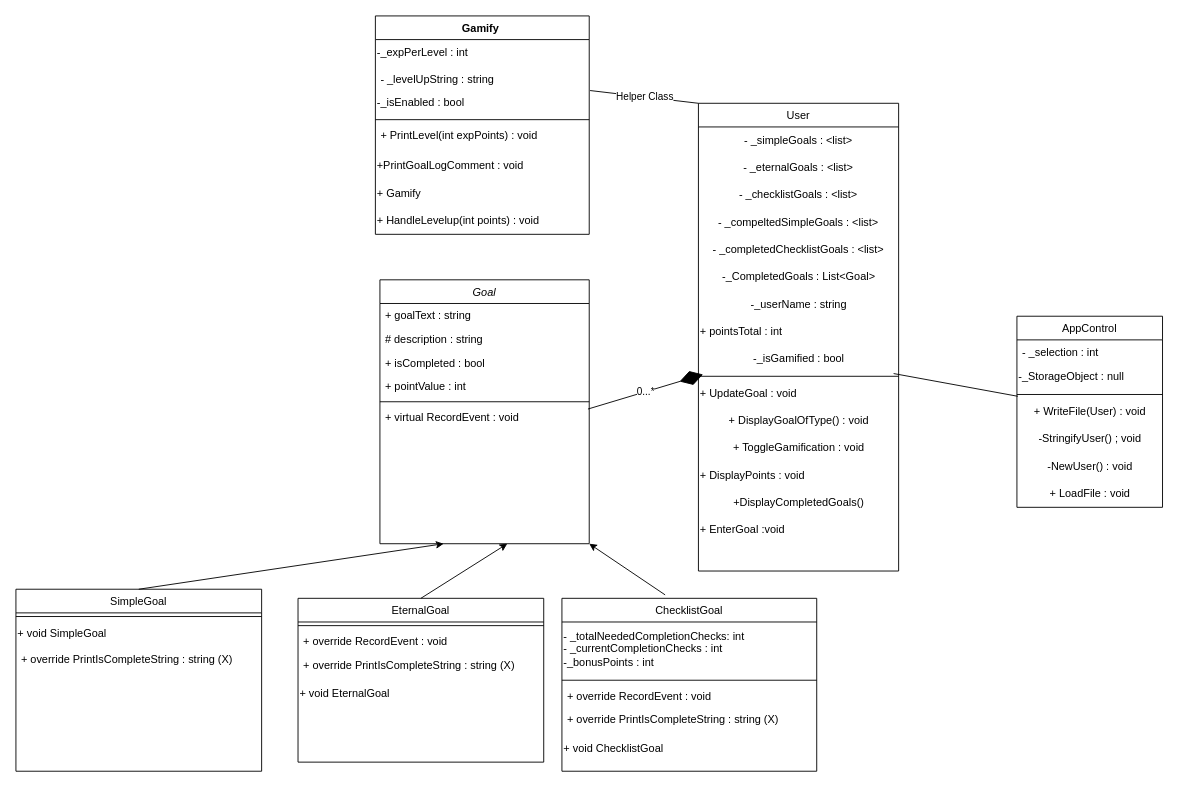
This is prove/Develop05/TomEternalQuest.drawio from ThomasAMH/cse210-projects, a draw.io file, before an edit. Source tidied: cells renumbered, new cells numbered last; positions are measured from the earlier drawing's top-left corner, leaving out a move shared by most shapes. Both pictures are drawn from the tidied source at 91%, with x=0, y=0 at pixel (15, 15).
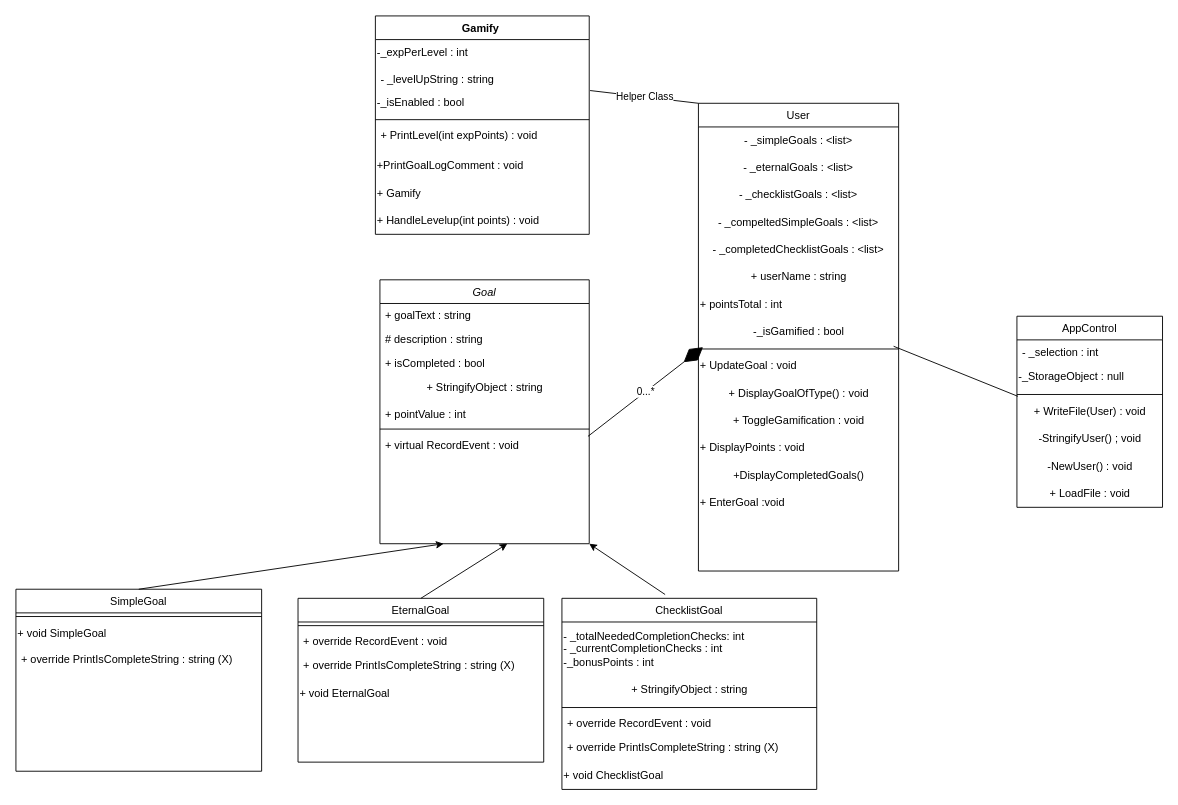
The same page after the edit.

Unchanged cells that the change refers to:
```xml
<mxCell id="2" value="Goal" style="swimlane;fontStyle=2;align=center;verticalAlign=top;horizontal=1;startSize=26;rounded=0;shadow=0;strokeWidth=1;" parent="1" vertex="1">
  <mxGeometry x="400" y="290" width="230" height="290" as="geometry" />
</mxCell>
<mxCell id="19" value="User" style="swimlane;fontStyle=0;align=center;verticalAlign=top;horizontal=1;startSize=26;rounded=0;shadow=0;strokeWidth=1;" parent="1" vertex="1">
  <mxGeometry x="750" y="96" width="220" height="514" as="geometry" />
</mxCell>
```

Diff of the diagram source:
```diff
@@
+    <mxCell id="64" value="+ StringifyObject : string" style="text;html=1;align=center;verticalAlign=middle;strokeColor=none;fillColor=none;" parent="2" vertex="1">
+      <mxGeometry y="104" width="230" height="30" as="geometry" />
+    </mxCell>
     <mxCell id="6" value="+ pointValue : int" style="text;align=left;verticalAlign=top;spacingLeft=4;spacingRight=4;overflow=hidden;rounded=0;shadow=0;html=0;" parent="2" vertex="1">
-      <mxGeometry y="104" width="230" height="26" as="geometry" />
+      <mxGeometry y="134" width="230" height="26" as="geometry" />
     </mxCell>
     <mxCell id="7" style="line;html=1;strokeWidth=1;align=left;verticalAlign=middle;spacingTop=-1;spacingLeft=3;spacingRight=3;labelPosition=right;" parent="2" vertex="1">
-      <mxGeometry y="130" width="230" height="8" as="geometry" />
+      <mxGeometry y="160" width="230" height="8" as="geometry" />
     </mxCell>
     <mxCell id="8" value="+ virtual RecordEvent : void" style="text;align=left;verticalAlign=top;spacingLeft=4;spacingRight=4;overflow=hidden;points=[[0,0.5],[1,0.5]];portConstraint=eastwest;" parent="2" vertex="1">
-      <mxGeometry y="138" width="230" height="26" as="geometry" />
+      <mxGeometry y="168" width="230" height="26" as="geometry" />
     </mxCell>
@@
     <mxCell id="13" value="ChecklistGoal" style="swimlane;fontStyle=0;align=center;verticalAlign=top;horizontal=1;startSize=26;rounded=0;shadow=0;strokeWidth=1;" parent="1" vertex="1">
-      <mxGeometry x="600" y="640" width="280" height="190" as="geometry" />
+      <mxGeometry x="600" y="640" width="280" height="210" as="geometry" />
     </mxCell>
@@
+    <mxCell id="65" value="+ StringifyObject : string" style="text;html=1;align=center;verticalAlign=middle;strokeColor=none;fillColor=none;" parent="13" vertex="1">
+      <mxGeometry y="86" width="280" height="30" as="geometry" />
+    </mxCell>
     <mxCell id="15" style="line;strokeWidth=1;fillColor=none;align=left;verticalAlign=middle;spacingTop=-1;spacingLeft=3;spacingRight=3;labelPosition=right;strokeColor=inherit;" parent="13" vertex="1">
-      <mxGeometry y="86" width="280" height="8" as="geometry" />
+      <mxGeometry y="116" width="280" height="8" as="geometry" />
     </mxCell>
     <mxCell id="16" value="+ override RecordEvent : void" style="text;align=left;verticalAlign=top;spacingLeft=4;spacingRight=4;overflow=hidden;" parent="13" vertex="1">
-      <mxGeometry y="94" width="280" height="26" as="geometry" />
+      <mxGeometry y="124" width="280" height="26" as="geometry" />
     </mxCell>
     <mxCell id="17" value="+ override PrintIsCompleteString : string (X)" style="text;align=left;verticalAlign=top;spacingLeft=4;spacingRight=4;overflow=hidden;" parent="13" vertex="1">
-      <mxGeometry y="120" width="280" height="30" as="geometry" />
+      <mxGeometry y="150" width="280" height="30" as="geometry" />
     </mxCell>
     <mxCell id="18" value="+ void ChecklistGoal" style="text;html=1;align=left;verticalAlign=middle;strokeColor=none;fillColor=none;" parent="13" vertex="1">
-      <mxGeometry y="150" width="280" height="30" as="geometry" />
+      <mxGeometry y="180" width="280" height="30" as="geometry" />
     </mxCell>
@@
-    <mxCell id="25" value="-_CompletedGoals : List&amp;lt;Goal&amp;gt;" style="text;html=1;align=center;verticalAlign=middle;strokeColor=none;fillColor=none;" parent="19" vertex="1">
-      <mxGeometry y="176" width="220" height="30" as="geometry" />
-    </mxCell>
-    <mxCell id="26" value="-_userName : string" style="text;html=1;align=center;verticalAlign=middle;strokeColor=none;fillColor=none;" parent="19" vertex="1">
-      <mxGeometry y="206" width="220" height="30" as="geometry" />
+    <mxCell id="26" value="+ userName : string" style="text;html=1;align=center;verticalAlign=middle;strokeColor=none;fillColor=none;" parent="19" vertex="1">
+      <mxGeometry y="176" width="220" height="30" as="geometry" />
     </mxCell>
     <mxCell id="27" value="+ pointsTotal : int" style="text;html=1;strokeColor=none;fillColor=none;align=left;verticalAlign=middle;whiteSpace=wrap;rounded=0;" parent="19" vertex="1">
-      <mxGeometry y="236" width="220" height="30" as="geometry" />
+      <mxGeometry y="206" width="220" height="30" as="geometry" />
     </mxCell>
     <mxCell id="28" value="-_isGamified : bool" style="text;html=1;align=center;verticalAlign=middle;strokeColor=none;fillColor=none;" parent="19" vertex="1">
-      <mxGeometry y="266" width="220" height="30" as="geometry" />
+      <mxGeometry y="236" width="220" height="30" as="geometry" />
     </mxCell>
     <mxCell id="29" style="line;html=1;strokeWidth=1;align=left;verticalAlign=middle;spacingTop=-1;spacingLeft=3;spacingRight=3;labelPosition=right;points=[];portConstraint=eastwest;" parent="19" vertex="1">
-      <mxGeometry y="296" width="220" height="8" as="geometry" />
+      <mxGeometry y="266" width="220" height="8" as="geometry" />
     </mxCell>
     <mxCell id="30" value="+ UpdateGoal : void" style="text;html=1;strokeColor=none;fillColor=none;align=left;verticalAlign=middle;whiteSpace=wrap;rounded=0;" parent="19" vertex="1">
-      <mxGeometry y="304" width="220" height="30" as="geometry" />
+      <mxGeometry y="274" width="220" height="30" as="geometry" />
     </mxCell>
     <mxCell id="31" value="+ DisplayGoalOfType() : void" style="text;html=1;align=center;verticalAlign=middle;strokeColor=none;fillColor=none;" parent="19" vertex="1">
-      <mxGeometry y="334" width="220" height="30" as="geometry" />
+      <mxGeometry y="304" width="220" height="30" as="geometry" />
     </mxCell>
     <mxCell id="32" value="+ ToggleGamification : void" style="text;html=1;align=center;verticalAlign=middle;strokeColor=none;fillColor=none;" parent="19" vertex="1">
-      <mxGeometry y="364" width="220" height="30" as="geometry" />
+      <mxGeometry y="334" width="220" height="30" as="geometry" />
     </mxCell>
     <mxCell id="33" value="+ DisplayPoints : void" style="text;html=1;align=left;verticalAlign=middle;strokeColor=none;fillColor=none;" parent="19" vertex="1">
-      <mxGeometry y="394" width="220" height="30" as="geometry" />
+      <mxGeometry y="364" width="220" height="30" as="geometry" />
     </mxCell>
     <mxCell id="34" value="+DisplayCompletedGoals()" style="text;html=1;align=center;verticalAlign=middle;strokeColor=none;fillColor=none;" parent="19" vertex="1">
-      <mxGeometry y="424" width="220" height="30" as="geometry" />
+      <mxGeometry y="394" width="220" height="30" as="geometry" />
     </mxCell>
     <mxCell id="35" value="+ EnterGoal :void" style="text;html=1;strokeColor=none;fillColor=none;align=left;verticalAlign=middle;whiteSpace=wrap;rounded=0;" parent="19" vertex="1">
-      <mxGeometry y="454" width="220" height="30" as="geometry" />
+      <mxGeometry y="424" width="220" height="30" as="geometry" />
     </mxCell>
```
